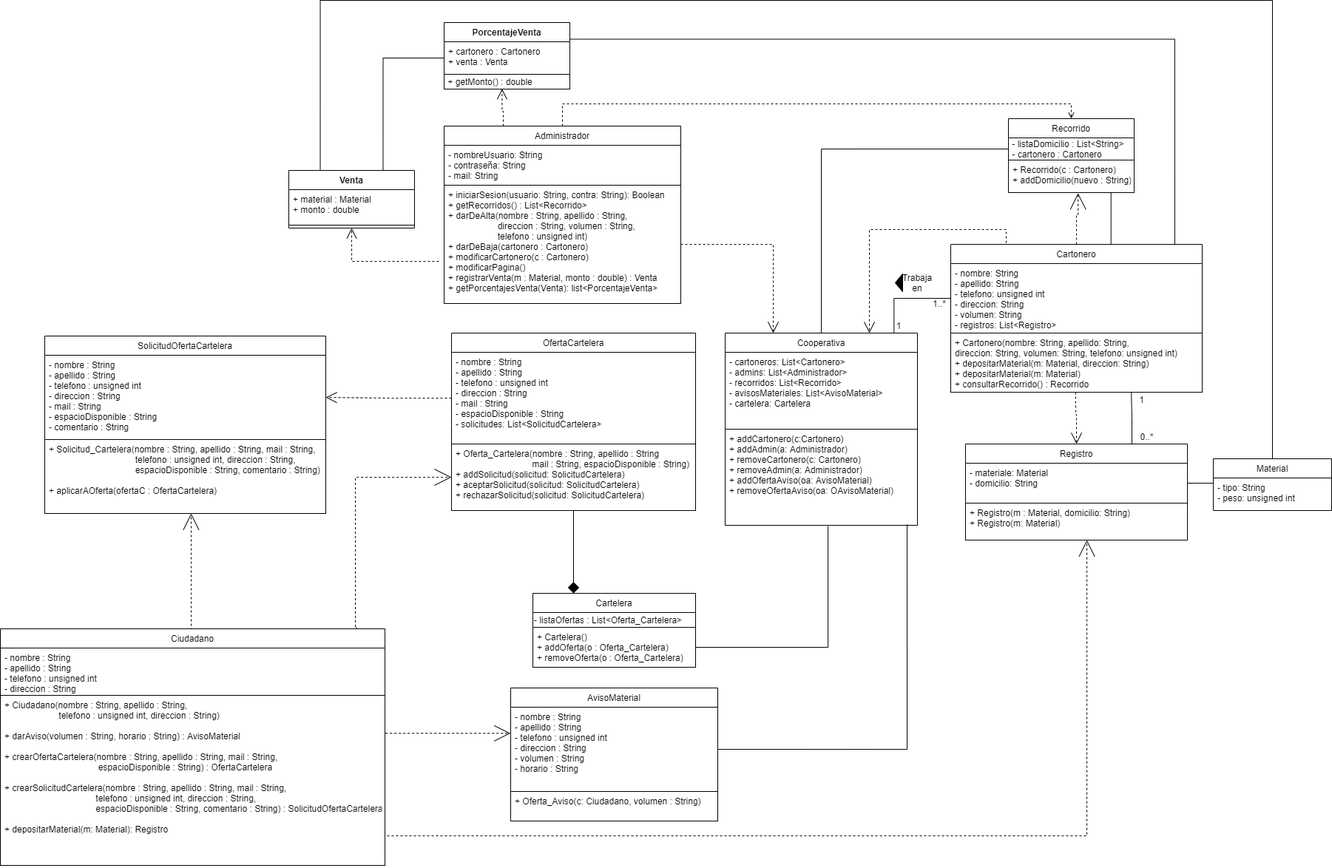
The draw.io diagram Diagrama de Clases.png in mlogghe/tpe-metodologia-grupo11, before a commit. Source tidied: cells renumbered, new cells last; positions are measured from the earlier drawing's top-left corner, leaving out a move shared by most shapes.
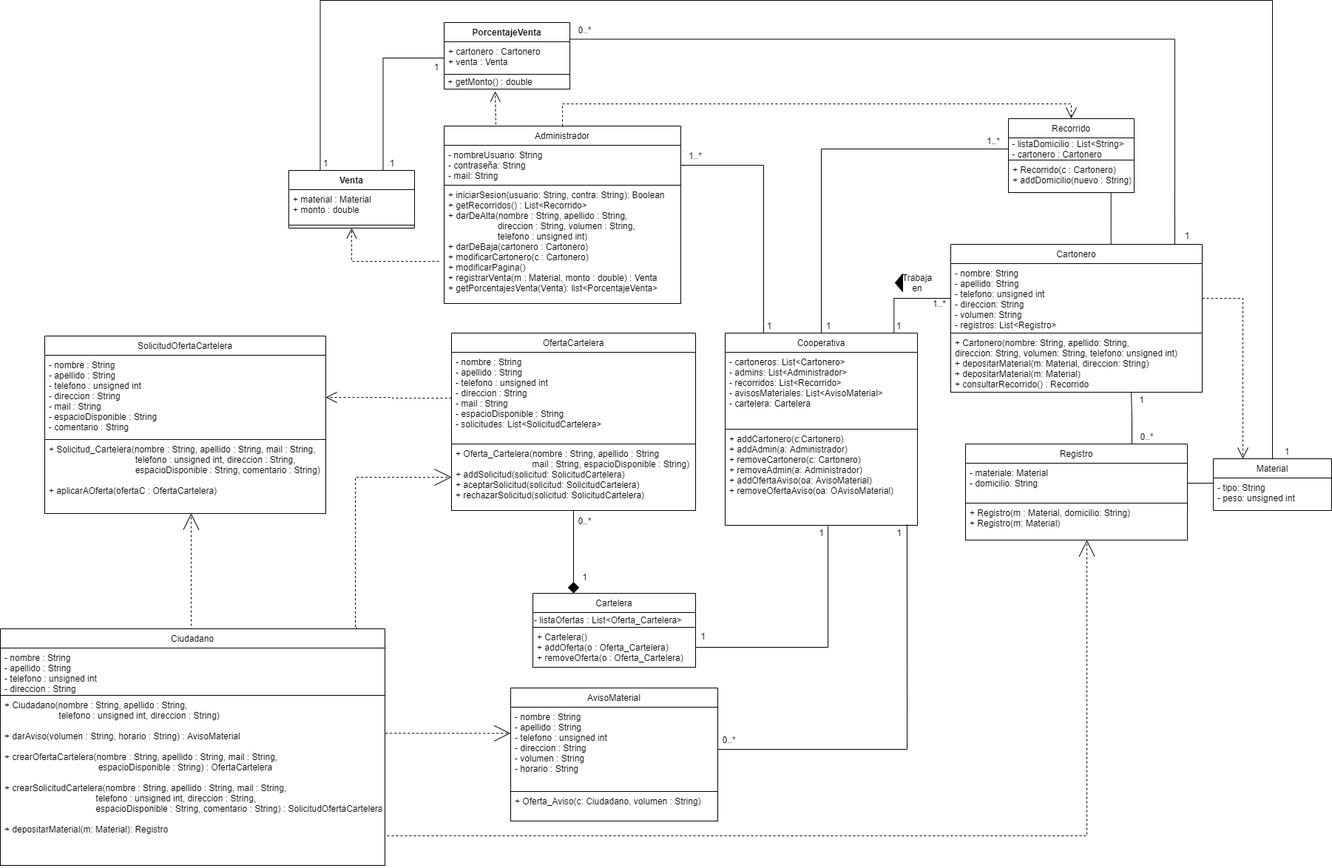
The same diagram one commit later.

Commit message:
agregados adornos y relacion entre cartonero y material

Diff of the diagram source:
```diff
@@ -33,26 +33,6 @@
     <mxCell id="7" value="+ Ciudadano(nombre : String, apellido : String,&#10;                      telefono : unsigned int, direccion : String)&#10;&#10;+ darAviso(volumen : String, horario : String) : AvisoMaterial&#10;&#10;+ crearOfertaCartelera(nombre : String, apellido : String, mail : String,&#10;                                      espacioDisponible : String) : OfertaCartelera&#10;&#10;+ crearSolicitudCartelera(nombre : String, apellido : String, mail : String, &#10;                                     telefono : unsigned int, direccion : String,&#10;                                     espacioDisponible : String, comentario : String) : SolicitudOfertaCartelera&#10;&#10;+ depositarMaterial(m: Material): Registro" style="text;fillColor=none;align=left;verticalAlign=top;spacingLeft=4;spacingRight=4;overflow=hidden;points=[[0,0.5],[1,0.5]];portConstraint=eastwest;rounded=0;startSize=26;strokeColor=#000000;" parent="5" vertex="1">
       <mxGeometry y="90" width="520" height="230" as="geometry" />
     </mxCell>
-    <mxCell id="8" style="edgeStyle=orthogonalEdgeStyle;rounded=0;jettySize=auto;html=1;startArrow=none;startFill=0;endArrow=open;endFill=0;startSize=11;endSize=13;exitX=0.497;exitY=1;exitDx=0;exitDy=0;exitPerimeter=0;entryX=0.5;entryY=0;entryDx=0;entryDy=0;dashed=1;" parent="1" edge="1" source="14" target="32">
-      <mxGeometry relative="1" as="geometry" />
-    </mxCell>
-    <mxCell id="9" style="edgeStyle=orthogonalEdgeStyle;rounded=0;jettySize=auto;html=1;dashed=1;startArrow=none;startFill=0;endArrow=open;endFill=0;startSize=11;endSize=13;exitX=0.25;exitY=0;exitDx=0;exitDy=0;entryX=0.75;entryY=0;entryDx=0;entryDy=0;" parent="1" edge="1" source="12" target="47">
-      <mxGeometry relative="1" as="geometry">
-        <Array as="points">
-          <mxPoint x="1360" y="330" />
-          <mxPoint x="1360" y="310" />
-          <mxPoint x="1175" y="310" />
-        </Array>
-      </mxGeometry>
-    </mxCell>
-    <mxCell id="10" style="edgeStyle=orthogonalEdgeStyle;rounded=0;jettySize=auto;html=1;exitX=0.5;exitY=0;exitDx=0;exitDy=0;dashed=1;startArrow=none;startFill=0;endArrow=open;endFill=0;endSize=20;startSize=20;entryX=0.554;entryY=1.016;entryDx=0;entryDy=0;entryPerimeter=0;" parent="1" edge="1" source="12" target="38">
-      <mxGeometry relative="1" as="geometry">
-        <Array as="points">
-          <mxPoint x="1455" y="290" />
-          <mxPoint x="1457" y="290" />
-        </Array>
-      </mxGeometry>
-    </mxCell>
     <mxCell id="11" style="edgeStyle=orthogonalEdgeStyle;rounded=0;jettySize=auto;html=1;exitX=0.75;exitY=0;exitDx=0;exitDy=0;entryX=0.816;entryY=1.003;entryDx=0;entryDy=0;entryPerimeter=0;startArrow=none;startFill=0;endArrow=none;endFill=0;startSize=20;endSize=20;" parent="1" edge="1" source="12" target="38">
       <mxGeometry relative="1" as="geometry">
         <Array as="points">
@@ -69,15 +49,13 @@
     <mxCell id="14" value="+ Cartonero(nombre: String, apellido: String,&#10;direccion: String, volumen: String, telefono: unsigned int)&#10;+ depositarMaterial(m: Material, direccion: String)&#10;+ depositarMaterial(m: Material)&#10;+ consultarRecorrido() : Recorrido" style="text;fillColor=none;align=left;verticalAlign=top;spacingLeft=4;spacingRight=4;overflow=hidden;points=[[0,0.5],[1,0.5]];portConstraint=eastwest;rounded=0;startSize=26;strokeColor=#000000;" parent="12" vertex="1">
       <mxGeometry y="120" width="340" height="80" as="geometry" />
     </mxCell>
-    <mxCell id="15" style="edgeStyle=orthogonalEdgeStyle;rounded=0;jettySize=auto;html=1;entryX=0.25;entryY=0;entryDx=0;entryDy=0;dashed=1;startArrow=none;startFill=0;endArrow=open;endFill=0;startSize=11;endSize=13;exitX=1;exitY=0.5;exitDx=0;exitDy=0;" parent="1" edge="1" source="20" target="47">
-      <mxGeometry relative="1" as="geometry">
-        <Array as="points">
-          <mxPoint x="1045" y="330" />
-        </Array>
-      </mxGeometry>
-    </mxCell>
-    <mxCell id="16" style="edgeStyle=orthogonalEdgeStyle;rounded=0;jettySize=auto;html=1;exitX=0.5;exitY=0;exitDx=0;exitDy=0;entryX=0.5;entryY=0;entryDx=0;entryDy=0;dashed=1;startArrow=none;startFill=0;endArrow=open;endFill=0;" parent="1" edge="1" source="18" target="36">
-      <mxGeometry relative="1" as="geometry" />
+    <mxCell id="16" style="edgeStyle=orthogonalEdgeStyle;rounded=0;jettySize=auto;html=1;exitX=0.5;exitY=0;exitDx=0;exitDy=0;entryX=0.5;entryY=0;entryDx=0;entryDy=0;dashed=1;startArrow=none;startFill=0;endArrow=open;endFill=0;startSize=11;endSize=13;" parent="1" edge="1" source="18" target="36">
+      <mxGeometry relative="1" as="geometry">
+        <Array as="points">
+          <mxPoint x="760" y="140" />
+          <mxPoint x="1448" y="140" />
+        </Array>
+      </mxGeometry>
     </mxCell>
     <mxCell id="17" style="edgeStyle=orthogonalEdgeStyle;rounded=0;jettySize=auto;html=1;exitX=-0.022;exitY=0.644;exitDx=0;exitDy=0;entryX=0.5;entryY=1;entryDx=0;entryDy=0;dashed=1;startArrow=none;startFill=0;endArrow=open;endFill=0;startSize=22;endSize=12;exitPerimeter=0;" parent="1" edge="1" source="20" target="53">
       <mxGeometry relative="1" as="geometry" />
@@ -220,8 +198,12 @@
     <mxCell id="60" value="&amp;nbsp;+ getMonto() : double" style="text;html=1;align=left;verticalAlign=middle;points=[];strokeColor=#000000;" parent="58" vertex="1">
       <mxGeometry y="70" width="170" height="20" as="geometry" />
     </mxCell>
-    <mxCell id="61" style="edgeStyle=orthogonalEdgeStyle;rounded=0;jettySize=auto;html=1;exitX=0.25;exitY=0;exitDx=0;exitDy=0;entryX=0.461;entryY=0.983;entryDx=0;entryDy=0;dashed=1;startArrow=none;startFill=0;endArrow=open;endFill=0;startSize=22;endSize=12;entryPerimeter=0;" parent="1" edge="1" source="18" target="60">
-      <mxGeometry relative="1" as="geometry" />
+    <mxCell id="61" style="edgeStyle=orthogonalEdgeStyle;rounded=0;jettySize=auto;html=1;exitX=0.25;exitY=0;exitDx=0;exitDy=0;dashed=1;startArrow=none;startFill=0;endArrow=open;endFill=0;startSize=22;endSize=12;entryX=0.406;entryY=1.15;entryDx=0;entryDy=0;entryPerimeter=0;" parent="1" edge="1" source="18" target="60">
+      <mxGeometry relative="1" as="geometry">
+        <Array as="points">
+          <mxPoint x="670" y="170" />
+        </Array>
+      </mxGeometry>
     </mxCell>
     <mxCell id="62" style="edgeStyle=orthogonalEdgeStyle;rounded=0;jettySize=auto;html=1;exitX=0.25;exitY=0;exitDx=0;exitDy=0;entryX=0.5;entryY=0;entryDx=0;entryDy=0;endArrow=none;endFill=0;" parent="1" edge="1" source="53" target="21">
       <mxGeometry relative="1" as="geometry">
@@ -249,5 +231,65 @@
     <mxCell id="68" value="1" style="text;html=1;align=center;verticalAlign=middle;strokeColor=none;" parent="1" vertex="1">
       <mxGeometry x="1533" y="530" width="20" height="20" as="geometry" />
     </mxCell>
+    <mxCell id="69" style="edgeStyle=orthogonalEdgeStyle;rounded=0;jettySize=auto;html=1;entryX=0.25;entryY=0;entryDx=0;entryDy=0;dashed=1;startArrow=none;startFill=0;endArrow=open;endFill=0;startSize=11;endSize=13;exitX=1;exitY=0.5;exitDx=0;exitDy=0;" parent="1" edge="1" source="13" target="21">
+      <mxGeometry relative="1" as="geometry">
+        <Array as="points">
+          <mxPoint x="1680" y="403" />
+        </Array>
+      </mxGeometry>
+    </mxCell>
+    <mxCell id="70" value="1" style="text;html=1;align=center;verticalAlign=middle;strokeColor=none;" parent="1" vertex="1">
+      <mxGeometry x="1100" y="710" width="20" height="20" as="geometry" />
+    </mxCell>
+    <mxCell id="71" value="1" style="text;html=1;align=center;verticalAlign=middle;strokeColor=none;" parent="1" vertex="1">
+      <mxGeometry x="940" y="850" width="20" height="20" as="geometry" />
+    </mxCell>
+    <mxCell id="72" value="1" style="text;html=1;align=center;verticalAlign=middle;strokeColor=none;" parent="1" vertex="1">
+      <mxGeometry x="780" y="770" width="20" height="20" as="geometry" />
+    </mxCell>
+    <mxCell id="73" value="0..*" style="text;html=1;align=center;verticalAlign=middle;strokeColor=none;" parent="1" vertex="1">
+      <mxGeometry x="775" y="694" width="30" height="20" as="geometry" />
+    </mxCell>
+    <mxCell id="74" value="1" style="text;html=1;align=center;verticalAlign=middle;strokeColor=none;" parent="1" vertex="1">
+      <mxGeometry x="1205" y="710" width="20" height="20" as="geometry" />
+    </mxCell>
+    <mxCell id="75" value="0..*" style="text;html=1;align=center;verticalAlign=middle;strokeColor=none;" parent="1" vertex="1">
+      <mxGeometry x="970" y="990" width="30" height="20" as="geometry" />
+    </mxCell>
+    <mxCell id="76" style="edgeStyle=orthogonalEdgeStyle;rounded=0;jettySize=auto;html=1;exitX=1;exitY=0.5;exitDx=0;exitDy=0;endArrow=none;endFill=0;startSize=26;entryX=0.5;entryY=0;entryDx=0;entryDy=0;" parent="1" edge="1" source="19">
+      <mxGeometry relative="1" as="geometry">
+        <mxPoint x="1032" y="450" as="targetPoint" />
+      </mxGeometry>
+    </mxCell>
+    <mxCell id="77" value="1" style="text;html=1;strokeColor=none;fillColor=none;align=center;verticalAlign=middle;whiteSpace=wrap;rounded=0;" parent="1" vertex="1">
+      <mxGeometry x="1020" y="430" width="40" height="20" as="geometry" />
+    </mxCell>
+    <mxCell id="78" value="1..*" style="text;html=1;strokeColor=none;fillColor=none;align=center;verticalAlign=middle;whiteSpace=wrap;rounded=0;" parent="1" vertex="1">
+      <mxGeometry x="920" y="200" width="40" height="20" as="geometry" />
+    </mxCell>
+    <mxCell id="79" value="1" style="text;html=1;strokeColor=none;fillColor=none;align=center;verticalAlign=middle;whiteSpace=wrap;rounded=0;" parent="1" vertex="1">
+      <mxGeometry x="510" y="210" width="40" height="20" as="geometry" />
+    </mxCell>
+    <mxCell id="80" value="1" style="text;html=1;strokeColor=none;fillColor=none;align=center;verticalAlign=middle;whiteSpace=wrap;rounded=0;" parent="1" vertex="1">
+      <mxGeometry x="570" y="80" width="40" height="20" as="geometry" />
+    </mxCell>
+    <mxCell id="81" value="1" style="text;html=1;strokeColor=none;fillColor=none;align=center;verticalAlign=middle;whiteSpace=wrap;rounded=0;" parent="1" vertex="1">
+      <mxGeometry x="420" y="210" width="40" height="20" as="geometry" />
+    </mxCell>
+    <mxCell id="82" value="1" style="text;html=1;strokeColor=none;fillColor=none;align=center;verticalAlign=middle;whiteSpace=wrap;rounded=0;" parent="1" vertex="1">
+      <mxGeometry x="1720" y="600" width="40" height="20" as="geometry" />
+    </mxCell>
+    <mxCell id="83" value="1" style="text;html=1;strokeColor=none;fillColor=none;align=center;verticalAlign=middle;whiteSpace=wrap;rounded=0;" parent="1" vertex="1">
+      <mxGeometry x="1585" y="308" width="40" height="20" as="geometry" />
+    </mxCell>
+    <mxCell id="84" value="0..*" style="text;html=1;align=center;verticalAlign=middle;strokeColor=none;" parent="1" vertex="1">
+      <mxGeometry x="775" y="30" width="30" height="20" as="geometry" />
+    </mxCell>
+    <mxCell id="85" value="1" style="text;html=1;strokeColor=none;fillColor=none;align=center;verticalAlign=middle;whiteSpace=wrap;rounded=0;" parent="1" vertex="1">
+      <mxGeometry x="1100" y="430" width="40" height="20" as="geometry" />
+    </mxCell>
+    <mxCell id="86" value="1..*" style="text;html=1;strokeColor=none;fillColor=none;align=center;verticalAlign=middle;whiteSpace=wrap;rounded=0;" parent="1" vertex="1">
+      <mxGeometry x="1323" y="180" width="40" height="20" as="geometry" />
+    </mxCell>
   </root>
 </mxGraphModel>
```
